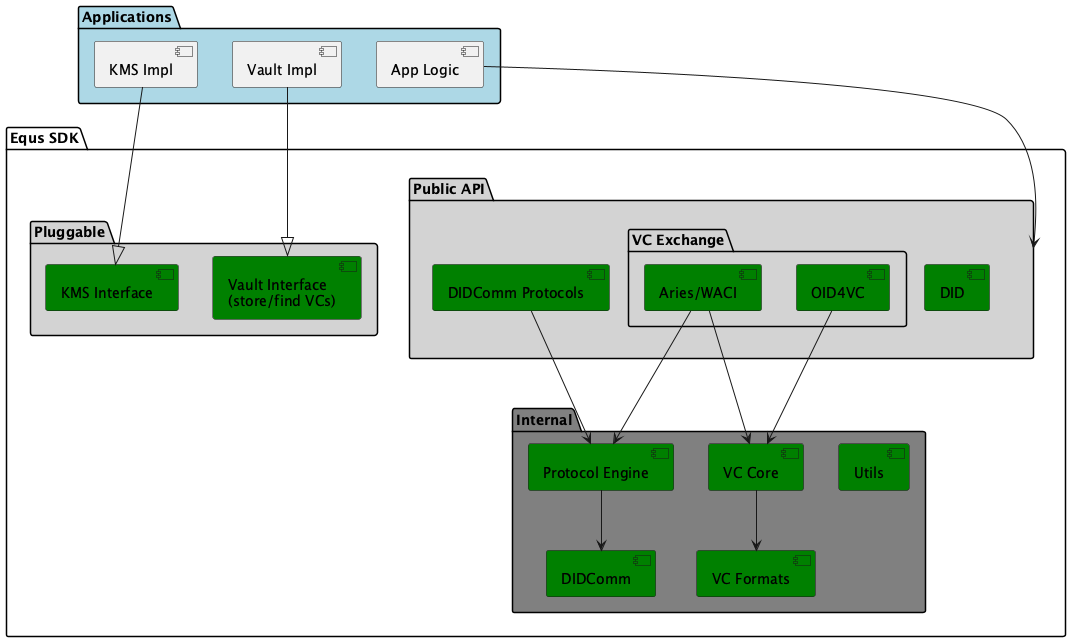
Above: docs/api-tiers.png in equs-ai/equs-credentials-sdk (PlantUML), before the change. The source it was exported from:
```plantuml
@startuml

package "Applications" as App #LightBlue  {
   [KMS Impl] as KMSApp
   [Vault Impl] as VaultApp
   [App Logic] as AppL
}

package "Equs SDK" as EqusSdk {

     package "Pluggable" #LightGray {
         [KMS Interface] as KMS #Green
         [Vault Interface\n(store/find VCs)] as Vault #Green
     }

    package "Public API" as API #LightGray {
         package "VC Exchange" as VC1 {
            [OID4VC] as VCOID #Green
            [Aries/WACI] as AriesWACI #Green
         }
         [DIDComm Protocols] as DIDCommP #Green

         [DID] as DID #Green
    }

    package "Internal" as Int #Gray {

        [VC Core] as VCCore #Green
        [VC Formats] as VCF #Green
        VCCore --> VCF

        [Protocol Engine] as PE #Green
        [DIDComm] as DIDComm #Green
        [Utils] #Green
    }

}

VCOID ---> VCCore
AriesWACI ---> VCCore
AriesWACI ---> PE
DIDCommP ---> PE
PE --> DIDComm

VaultApp --|> Vault
KMSApp --|> KMS
AppL --> API



@enduml
```
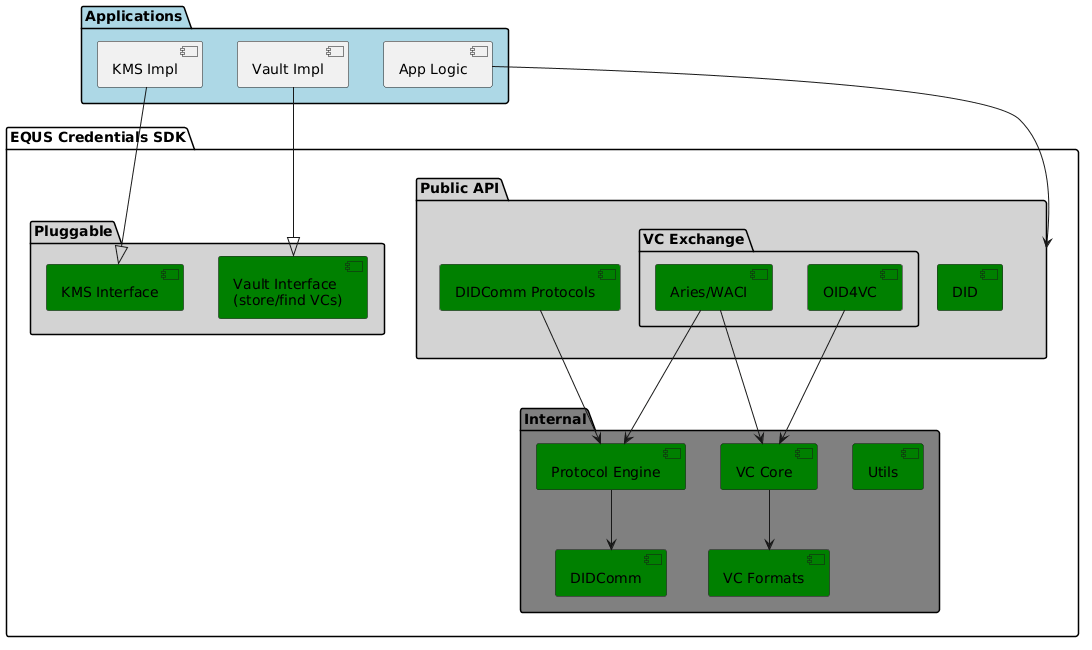
The same file after the commit.

The edit, as a diff of the source:
```diff
@@ -6,7 +6,7 @@
    [App Logic] as AppL
 }
 
-package "Equs SDK" as EqusSdk {
+package "EQUS Credentials SDK" as EqusSdk {
 
      package "Pluggable" #LightGray {
          [KMS Interface] as KMS #Green
```
